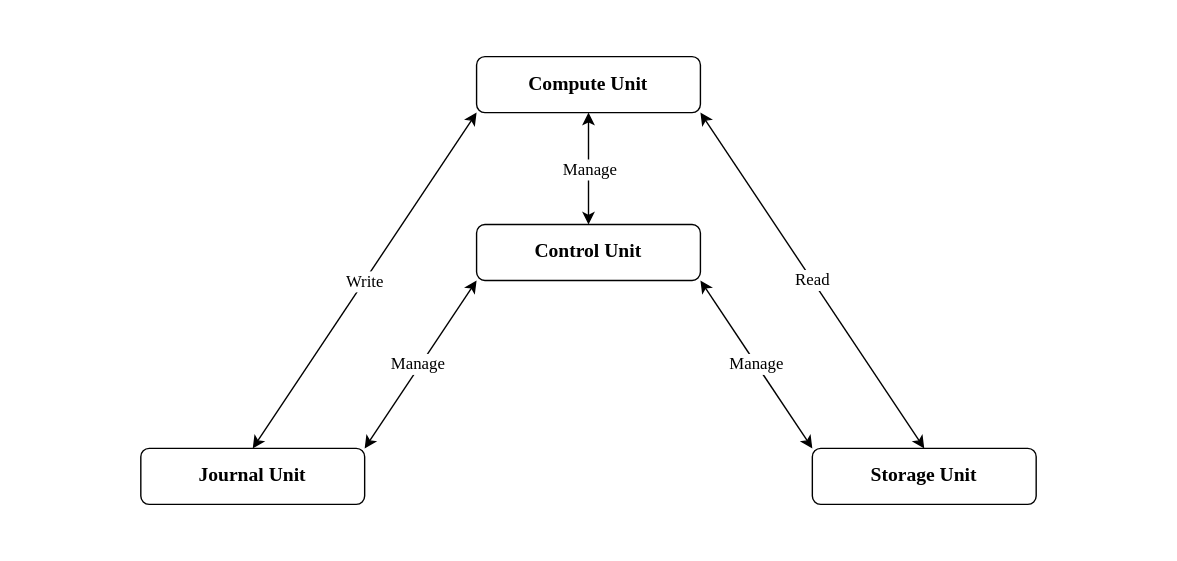
Earlier version of the draw.io export docs/images/2021-08-01-database-architecture.drawio.svg (engula/engula). Source tidied: cells renumbered, new cells last; positions are measured from the earlier drawing's top-left corner, leaving out a move shared by most shapes. Source of this version:
```xml
<mxGraphModel>
  <root>
    <mxCell id="0" />
    <mxCell id="1" parent="0" />
    <mxCell id="2" style="rounded=0;whiteSpace=wrap;html=1;strokeColor=none;" parent="1" vertex="1">
      <mxGeometry width="840" height="400" as="geometry" />
    </mxCell>
    <mxCell id="3" style="edgeStyle=none;jettySize=auto;html=1;exitX=1;exitY=1;exitDx=0;exitDy=0;entryX=0;entryY=0;entryDx=0;entryDy=0;startArrow=classic;startFill=1;" parent="1" edge="1" source="7" target="15">
      <mxGeometry relative="1" as="geometry" />
    </mxCell>
    <mxCell id="4" value="&lt;font face=&quot;Operator Mono&quot; style=&quot;font-size: 12px&quot;&gt;Manage&lt;/font&gt;" style="edgeLabel;html=1;align=center;verticalAlign=middle;" parent="3" vertex="1">
      <mxGeometry x="-0.02" relative="1" as="geometry" />
    </mxCell>
    <mxCell id="5" style="edgeStyle=none;jettySize=auto;html=1;startArrow=classic;startFill=1;" parent="1" edge="1" source="7" target="9">
      <mxGeometry relative="1" as="geometry" />
    </mxCell>
    <mxCell id="6" value="&lt;font face=&quot;Operator Mono&quot; style=&quot;font-size: 12px&quot;&gt;Manage&lt;/font&gt;" style="edgeLabel;html=1;align=center;verticalAlign=middle;" parent="5" vertex="1">
      <mxGeometry x="-0.03" y="-1" relative="1" as="geometry">
        <mxPoint x="-1" y="-1" as="offset" />
      </mxGeometry>
    </mxCell>
    <mxCell id="7" value="&lt;font&gt;&lt;b&gt;&lt;font face=&quot;Operator Mono&quot; style=&quot;font-size: 14px&quot;&gt;Control Unit&lt;/font&gt;&lt;br&gt;&lt;/b&gt;&lt;/font&gt;" style="whiteSpace=wrap;html=1;rounded=1;" parent="1" vertex="1">
      <mxGeometry x="340" y="160" width="160" height="40" as="geometry" />
    </mxCell>
    <mxCell id="8" value="&lt;font face=&quot;Operator Mono&quot; style=&quot;font-size: 12px&quot;&gt;Read&lt;/font&gt;" style="edgeStyle=none;jettySize=auto;html=1;exitX=1;exitY=1;exitDx=0;exitDy=0;entryX=0.5;entryY=0;entryDx=0;entryDy=0;startArrow=classic;startFill=1;" parent="1" edge="1" source="9" target="15">
      <mxGeometry relative="1" as="geometry" />
    </mxCell>
    <mxCell id="9" value="&lt;font&gt;&lt;b&gt;&lt;font face=&quot;Operator Mono&quot; style=&quot;font-size: 14px&quot;&gt;Compute Unit&lt;/font&gt;&lt;br&gt;&lt;/b&gt;&lt;/font&gt;" style="whiteSpace=wrap;html=1;rounded=1;" parent="1" vertex="1">
      <mxGeometry x="340" y="40" width="160" height="40" as="geometry" />
    </mxCell>
    <mxCell id="10" style="jettySize=auto;html=1;exitX=0.5;exitY=0;exitDx=0;exitDy=0;entryX=0;entryY=1;entryDx=0;entryDy=0;startArrow=classic;startFill=1;" parent="1" edge="1" source="14" target="9">
      <mxGeometry relative="1" as="geometry" />
    </mxCell>
    <mxCell id="11" value="&lt;font face=&quot;Operator Mono&quot; style=&quot;font-size: 12px&quot;&gt;Write&lt;/font&gt;" style="edgeLabel;html=1;align=center;verticalAlign=middle;" parent="10" vertex="1">
      <mxGeometry x="-0.08" y="2" relative="1" as="geometry">
        <mxPoint x="8" y="-9" as="offset" />
      </mxGeometry>
    </mxCell>
    <mxCell id="12" style="edgeStyle=none;jettySize=auto;html=1;exitX=1;exitY=0;exitDx=0;exitDy=0;entryX=0;entryY=1;entryDx=0;entryDy=0;startArrow=classic;startFill=1;" parent="1" edge="1" source="14" target="7">
      <mxGeometry relative="1" as="geometry" />
    </mxCell>
    <mxCell id="13" value="&lt;font face=&quot;Operator Mono&quot; style=&quot;font-size: 12px&quot;&gt;Manage&lt;/font&gt;" style="edgeLabel;html=1;align=center;verticalAlign=middle;" parent="12" vertex="1">
      <mxGeometry x="-0.06" y="-1" relative="1" as="geometry">
        <mxPoint x="-1" y="-4" as="offset" />
      </mxGeometry>
    </mxCell>
    <mxCell id="14" value="&lt;font&gt;&lt;b&gt;&lt;font face=&quot;Operator Mono&quot; style=&quot;font-size: 14px&quot;&gt;Journal Unit&lt;/font&gt;&lt;br&gt;&lt;/b&gt;&lt;/font&gt;" style="whiteSpace=wrap;html=1;rounded=1;" parent="1" vertex="1">
      <mxGeometry x="100" y="320" width="160" height="40" as="geometry" />
    </mxCell>
    <mxCell id="15" value="&lt;font&gt;&lt;b&gt;&lt;font face=&quot;Operator Mono&quot; style=&quot;font-size: 14px&quot;&gt;Storage Unit&lt;/font&gt;&lt;br&gt;&lt;/b&gt;&lt;/font&gt;" style="whiteSpace=wrap;html=1;rounded=1;" parent="1" vertex="1">
      <mxGeometry x="580" y="320" width="160" height="40" as="geometry" />
    </mxCell>
  </root>
</mxGraphModel>
```
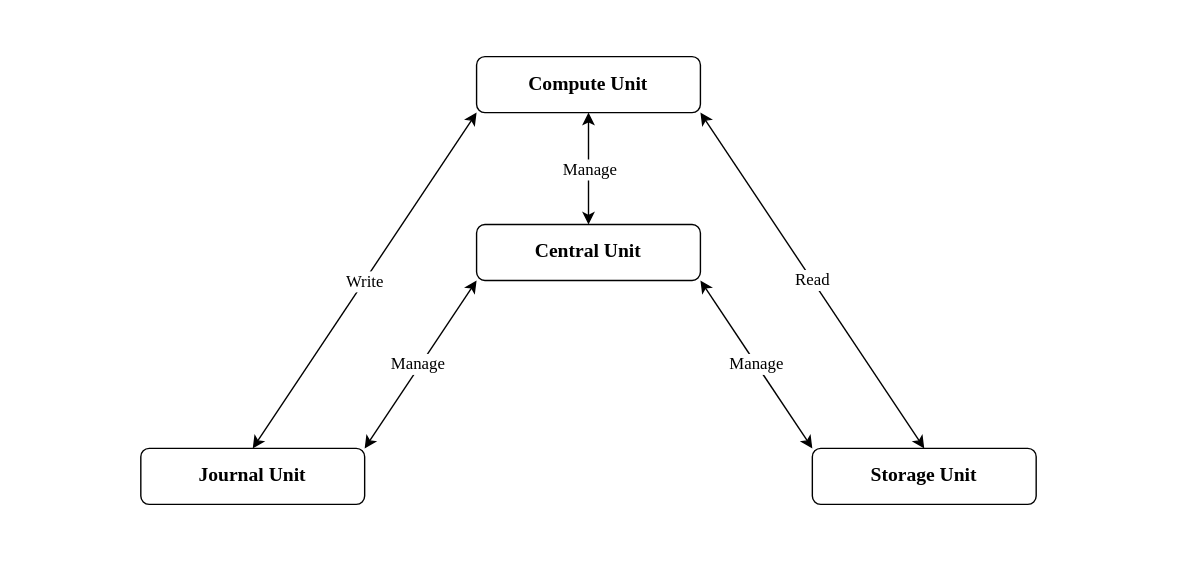
The same file after the commit.

Diff of the diagram source:
```diff
@@ -19,7 +19,7 @@
         <mxPoint x="-1" y="-1" as="offset" />
       </mxGeometry>
     </mxCell>
-    <mxCell id="7" value="&lt;font&gt;&lt;b&gt;&lt;font face=&quot;Operator Mono&quot; style=&quot;font-size: 14px&quot;&gt;Control Unit&lt;/font&gt;&lt;br&gt;&lt;/b&gt;&lt;/font&gt;" style="whiteSpace=wrap;html=1;rounded=1;" parent="1" vertex="1">
+    <mxCell id="7" value="&lt;font&gt;&lt;b&gt;&lt;font face=&quot;Operator Mono&quot; style=&quot;font-size: 14px&quot;&gt;Central Unit&lt;/font&gt;&lt;br&gt;&lt;/b&gt;&lt;/font&gt;" style="whiteSpace=wrap;html=1;rounded=1;" parent="1" vertex="1">
       <mxGeometry x="340" y="160" width="160" height="40" as="geometry" />
     </mxCell>
     <mxCell id="8" value="&lt;font face=&quot;Operator Mono&quot; style=&quot;font-size: 12px&quot;&gt;Read&lt;/font&gt;" style="edgeStyle=none;jettySize=auto;html=1;exitX=1;exitY=1;exitDx=0;exitDy=0;entryX=0.5;entryY=0;entryDx=0;entryDy=0;startArrow=classic;startFill=1;" parent="1" edge="1" source="9" target="15">
```
